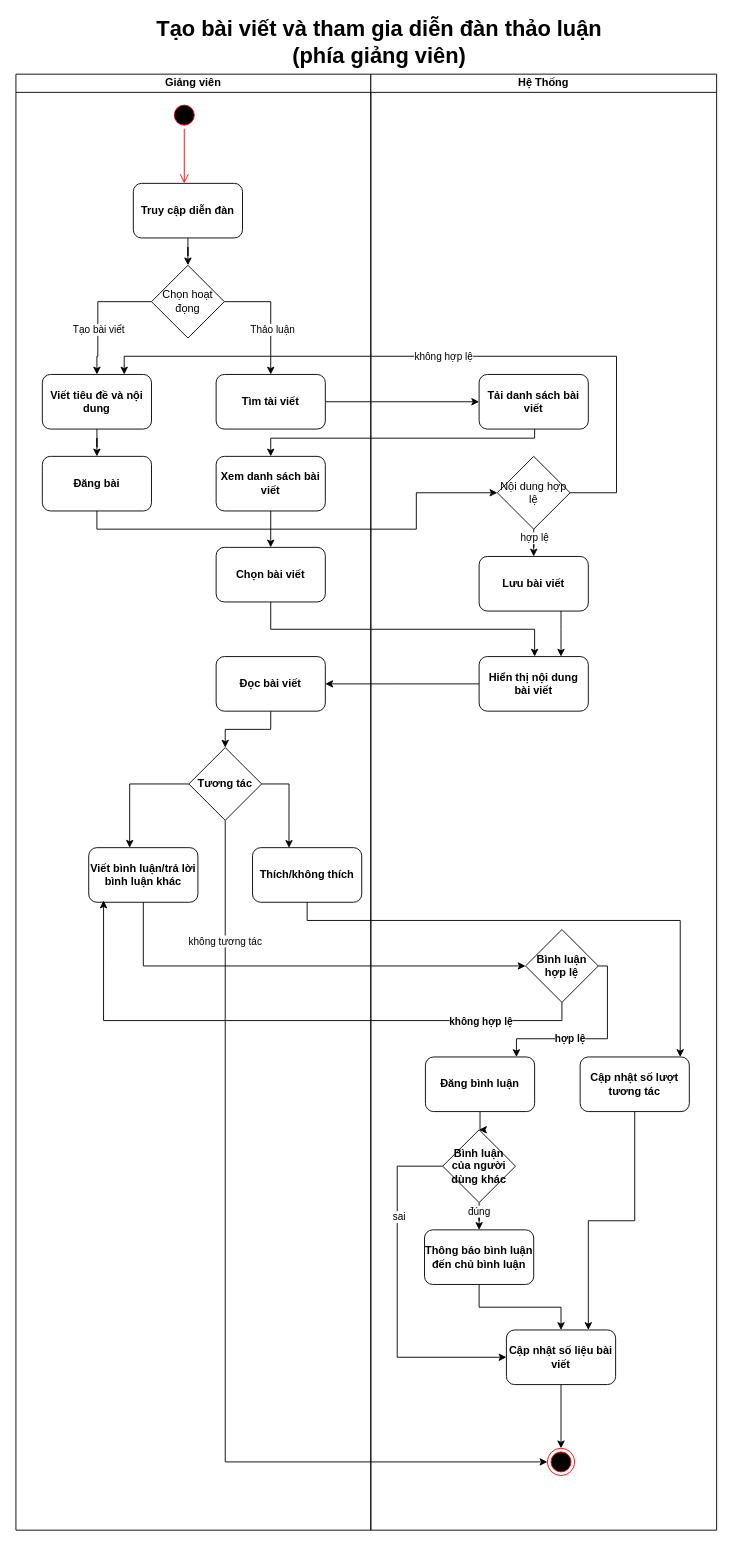
toniiplaycode/DNC-Learning keeps this draw.io diagram as document/ActivityDiagram/ForumInstructor-Activity.drawio. Above is the earlier version. Source tidied: cells renumbered, new cells numbered last; positions are measured from the earlier drawing's top-left corner, leaving out a move shared by most shapes. Both pictures are drawn from the tidied source at 91%, with x=0, y=0 at pixel (15, 28).
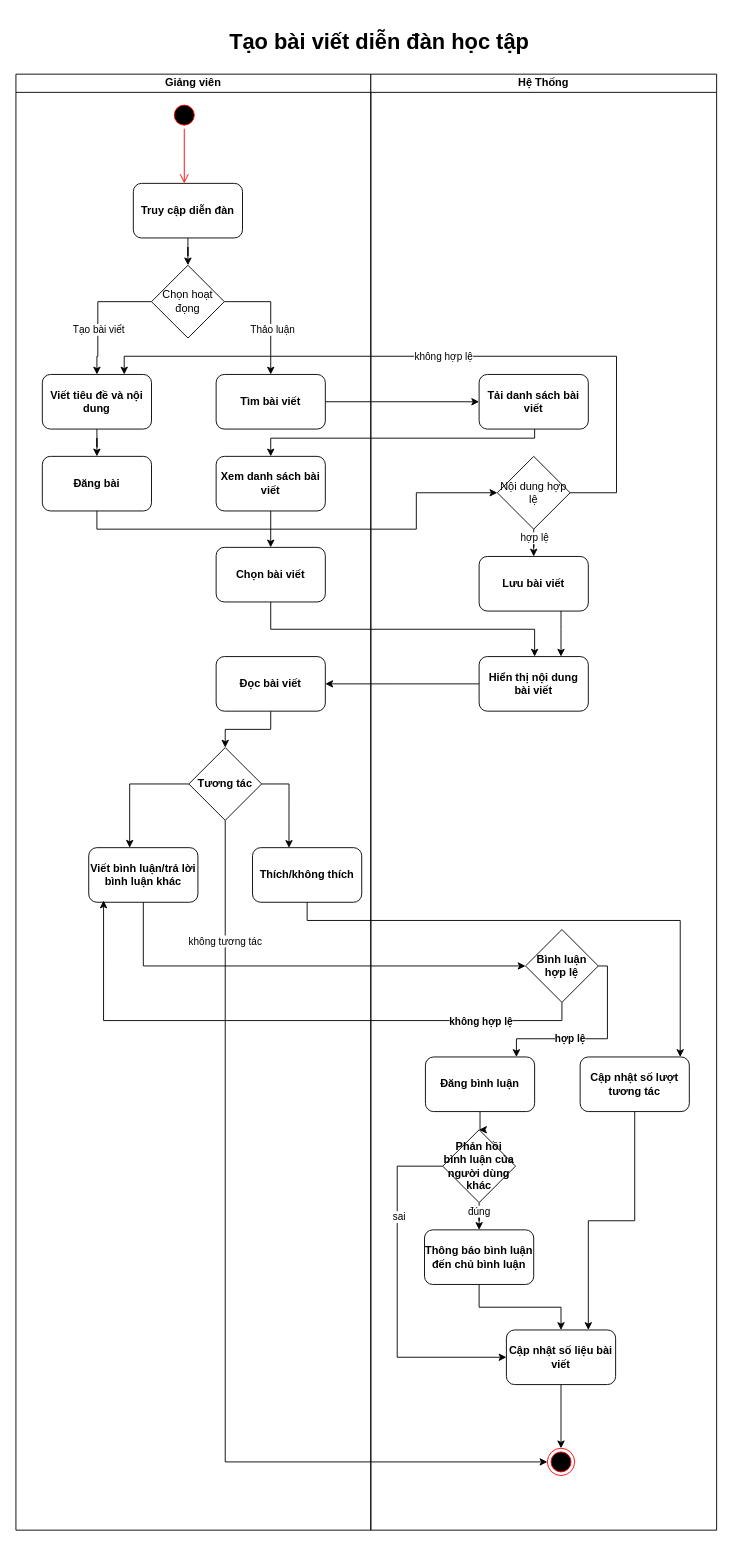
After the change.

Unchanged cells that the change refers to:
```xml
<mxCell id="2" value="Giảng viên" style="swimlane;startSize=20;whiteSpace=wrap;html=1;fontStyle=1;" parent="1" vertex="1">
  <mxGeometry y="50" width="390" height="1600" as="geometry" />
</mxCell>
<mxCell id="35" value="Hệ Thống" style="swimlane;startSize=20;whiteSpace=wrap;html=1;fontStyle=1;" parent="1" vertex="1">
  <mxGeometry x="390" y="50" width="380" height="1600" as="geometry" />
</mxCell>
```

Diff of the diagram source:
```diff
@@
-    <mxCell id="12" value="Tìm tài viết" style="rounded=1;whiteSpace=wrap;html=1;fontStyle=1;" parent="2" vertex="1">
+    <mxCell id="12" value="Tìm bài viết" style="rounded=1;whiteSpace=wrap;html=1;fontStyle=1;" parent="2" vertex="1">
       <mxGeometry x="220" y="330" width="120" height="60" as="geometry" />
     </mxCell>
@@
-    <mxCell id="47" value="Bình luận của người dùng khác" style="rhombus;whiteSpace=wrap;html=1;fontStyle=1;" parent="35" vertex="1">
+    <mxCell id="47" value="Phản hồi bình luận của người dùng khác" style="rhombus;whiteSpace=wrap;html=1;fontStyle=1;" parent="35" vertex="1">
       <mxGeometry x="79" y="1160" width="80" height="80" as="geometry" />
     </mxCell>
@@
-    <mxCell id="53" value="&lt;span style=&quot;font-size: 24px;&quot;&gt;Tạo bài viết và tham gia diễn đàn thảo luận (phía giảng viên)&lt;/span&gt;" style="text;html=1;align=center;verticalAlign=middle;whiteSpace=wrap;rounded=0;fontStyle=1;" parent="1" vertex="1">
+    <mxCell id="53" value="&lt;span style=&quot;font-size: 24px;&quot;&gt;Tạo bài viết diễn đàn học tập&lt;/span&gt;" style="text;html=1;align=center;verticalAlign=middle;whiteSpace=wrap;rounded=0;fontStyle=1;" parent="1" vertex="1">
       <mxGeometry x="129" width="541" height="30" as="geometry" />
     </mxCell>
```
